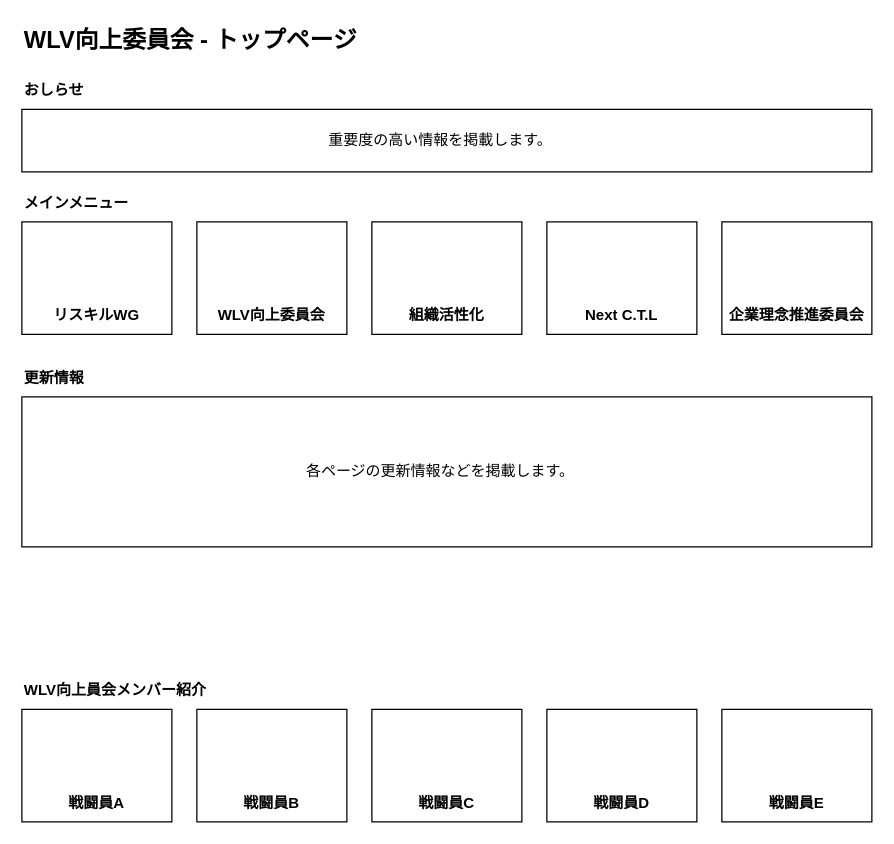
Before: page "リスキルサイト" (4 of 7) of 20250702_リスキルサイト案.drawio in reizo0901/drawio, a draw.io diagram. Source tidied: cells renumbered, new cells numbered last; positions are measured from the earlier drawing's top-left corner, leaving out a move shared by most shapes. Both pictures are drawn from the tidied source at 125%, with x=0, y=0 at pixel (21, 21).
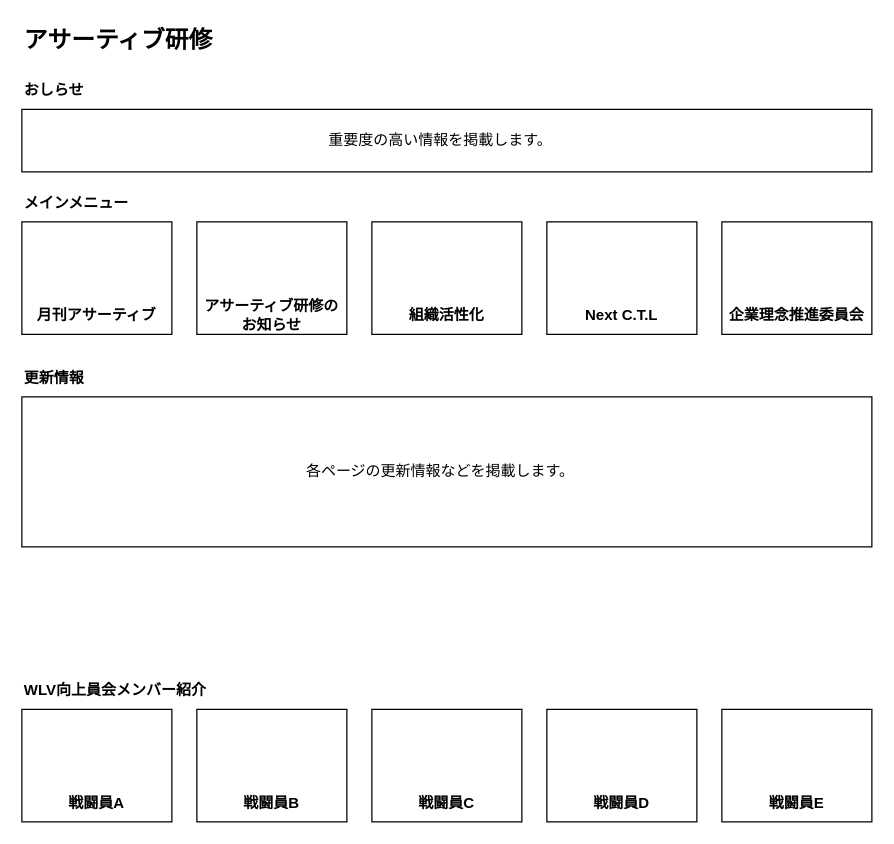
The same diagram, later.

Diff of the diagram source:
```diff
@@
-    <mxCell id="2" value="WLV向上委員会 - トップページ" style="text;html=1;align=left;verticalAlign=middle;whiteSpace=wrap;rounded=0;fontSize=19;fontStyle=1;" parent="1" vertex="1">
+    <mxCell id="2" value="アサーティブ研修" style="text;html=1;align=left;verticalAlign=middle;whiteSpace=wrap;rounded=0;fontSize=19;fontStyle=1;" parent="1" vertex="1">
       <mxGeometry width="300" height="30" as="geometry" />
     </mxCell>
@@
-    <mxCell id="10" value="リスキルWG" style="text;html=1;align=center;verticalAlign=middle;whiteSpace=wrap;rounded=0;fontSize=12;fontStyle=1;" parent="1" vertex="1">
+    <mxCell id="10" value="月刊アサーティブ" style="text;html=1;align=center;verticalAlign=middle;whiteSpace=wrap;rounded=0;fontSize=12;fontStyle=1;" parent="1" vertex="1">
       <mxGeometry y="220" width="120" height="30" as="geometry" />
     </mxCell>
-    <mxCell id="11" value="WLV向上委員会" style="text;html=1;align=center;verticalAlign=middle;whiteSpace=wrap;rounded=0;fontSize=12;fontStyle=1;" parent="1" vertex="1">
+    <mxCell id="11" value="アサーティブ研修のお知らせ" style="text;html=1;align=center;verticalAlign=middle;whiteSpace=wrap;rounded=0;fontSize=12;fontStyle=1;" parent="1" vertex="1">
       <mxGeometry x="140" y="220" width="120" height="30" as="geometry" />
     </mxCell>
```
